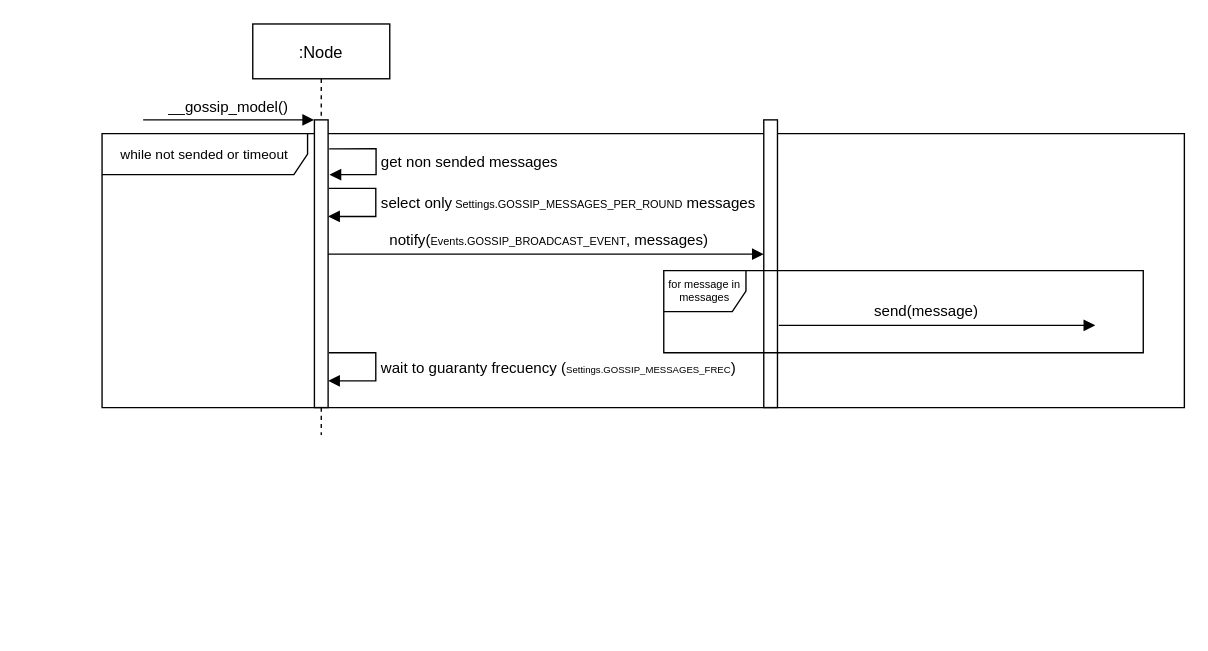
Earlier version of the draw.io diagram Diagramas/gossip sequence 2.drawio (p2pfl/p2pfl). Source tidied: cells renumbered, new cells numbered last; positions are measured from the earlier drawing's top-left corner, leaving out a move shared by most shapes. Both pictures are drawn from the tidied source at 137%, with x=0, y=0 at pixel (101, 23).
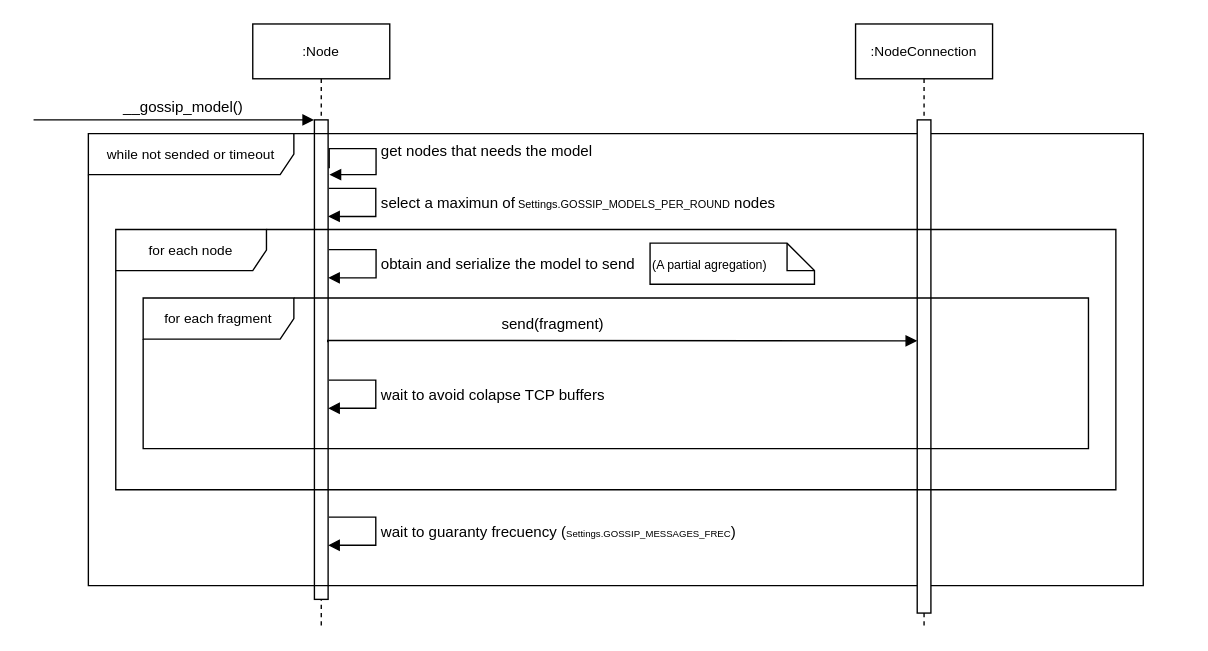
The same diagram, later.

What changed in the source:
```diff
@@
-    <mxCell id="2" value=":Node" style="shape=umlLifeline;perimeter=lifelinePerimeter;rounded=0;shadow=0;strokeWidth=1;" parent="1" vertex="1">
-      <mxGeometry x="110" width="100" height="300" as="geometry" />
+    <mxCell id="2" value=":Node" style="shape=umlLifeline;perimeter=lifelinePerimeter;rounded=0;shadow=0;strokeWidth=1;fontSize=10;" parent="1" vertex="1">
+      <mxGeometry x="110" width="100" height="440" as="geometry" />
     </mxCell>
-    <mxCell id="3" value="&lt;font style=&quot;font-size: 10px;&quot;&gt;while not sended or timeout&lt;/font&gt;" style="shape=umlFrame;whiteSpace=wrap;html=1;width=150;height=30;" parent="2" vertex="1">
-      <mxGeometry x="-110" y="80" width="790" height="200" as="geometry" />
-    </mxCell>
     <mxCell id="4" style="points=[];perimeter=orthogonalPerimeter;rounded=0;shadow=0;strokeWidth=1;" parent="2" vertex="1">
-      <mxGeometry x="45" y="70" width="10" height="210" as="geometry" />
+      <mxGeometry x="45" y="70" width="10" height="350" as="geometry" />
     </mxCell>
-    <mxCell id="5" value="get non sended messages" style="edgeStyle=orthogonalEdgeStyle;html=1;align=left;spacingLeft=2;endArrow=block;rounded=0;exitX=1.08;exitY=0.101;exitDx=0;exitDy=0;exitPerimeter=0;" parent="2" edge="1" source="4">
+    <mxCell id="5" value="get nodes that needs the model" style="edgeStyle=orthogonalEdgeStyle;html=1;align=left;spacingLeft=2;endArrow=block;rounded=0;exitX=1.08;exitY=0.101;exitDx=0;exitDy=0;exitPerimeter=0;" parent="2" edge="1" source="4">
       <mxGeometry x="0.01" relative="1" as="geometry">
         <mxPoint x="56" y="110" as="targetPoint" />
         <Array as="points">
           <mxPoint x="60" y="91" />
           <mxPoint x="90" y="91" />
           <mxPoint x="90" y="110" />
           <mxPoint x="55" y="110" />
         </Array>
       </mxGeometry>
     </mxCell>
+    <mxCell id="3" value="&lt;font style=&quot;font-size: 10px;&quot;&gt;while not sended or timeout&lt;/font&gt;" style="shape=umlFrame;whiteSpace=wrap;html=1;width=150;height=30;" parent="2" vertex="1">
+      <mxGeometry x="-120" y="80" width="770" height="330" as="geometry" />
+    </mxCell>
-    <mxCell id="6" value="select only&lt;font style=&quot;font-size: 8px;&quot;&gt;&amp;nbsp;&lt;font style=&quot;font-size: 8px;&quot;&gt;Settings.GOSSIP_MESSAGES_PER_ROUND&lt;/font&gt;&lt;/font&gt; messages" style="edgeStyle=orthogonalEdgeStyle;html=1;align=left;spacingLeft=2;endArrow=block;rounded=0;exitX=1.08;exitY=0.101;exitDx=0;exitDy=0;exitPerimeter=0;entryX=1.017;entryY=0.209;entryDx=0;entryDy=0;entryPerimeter=0;" parent="2" edge="1">
+    <mxCell id="6" value="select a maximun of&lt;font style=&quot;font-size: 8px;&quot;&gt;&amp;nbsp;&lt;font style=&quot;font-size: 8px;&quot;&gt;Settings.GOSSIP_MODELS_PER_ROUND&lt;/font&gt;&lt;/font&gt; nodes" style="edgeStyle=orthogonalEdgeStyle;html=1;align=left;spacingLeft=2;endArrow=block;rounded=0;exitX=1.08;exitY=0.101;exitDx=0;exitDy=0;exitPerimeter=0;entryX=1.017;entryY=0.209;entryDx=0;entryDy=0;entryPerimeter=0;" parent="2" edge="1">
       <mxGeometry x="0.01" relative="1" as="geometry">
         <mxPoint x="55.6" y="120" as="sourcePoint" />
         <mxPoint x="55" y="140.5" as="targetPoint" />
         <Array as="points">
           <mxPoint x="89.8" y="119.8" />
           <mxPoint x="89.8" y="140.8" />
         </Array>
       </mxGeometry>
     </mxCell>
-    <mxCell id="7" style="endArrow=block;html=1;rounded=0;endFill=1;" parent="2" edge="1" target="9">
-      <mxGeometry relative="1" as="geometry">
-        <mxPoint x="55" y="168" as="sourcePoint" />
-      </mxGeometry>
-    </mxCell>
-    <mxCell id="8" value="notify(&lt;font style=&quot;font-size: 8px;&quot;&gt;Events.GOSSIP_BROADCAST_EVENT&lt;/font&gt;, messages)" style="edgeLabel;html=1;align=center;verticalAlign=middle;" parent="7" vertex="1">
-      <mxGeometry x="0.18" y="-1" relative="1" as="geometry">
-        <mxPoint x="-28" y="-12" as="offset" />
-      </mxGeometry>
-    </mxCell>
-    <mxCell id="9" style="points=[];perimeter=orthogonalPerimeter;rounded=0;shadow=0;strokeWidth=1;" parent="2" vertex="1">
-      <mxGeometry x="373" y="70" width="10" height="210" as="geometry" />
-    </mxCell>
-    <mxCell id="10" value="send(message)" style="edgeStyle=orthogonalEdgeStyle;html=1;align=left;spacingLeft=2;endArrow=block;rounded=0;" parent="2" edge="1">
-      <mxGeometry x="-0.43" y="10" relative="1" as="geometry">
-        <mxPoint x="384" y="220" as="sourcePoint" />
-        <mxPoint x="615" y="220" as="targetPoint" />
-        <Array as="points">
-          <mxPoint x="384" y="220" />
-        </Array>
-      </mxGeometry>
-    </mxCell>
     <mxCell id="11" value="wait to guaranty frecuency (&lt;font style=&quot;font-size: 7px;&quot;&gt;Settings.GOSSIP_MESSAGES_FREC&lt;/font&gt;)" style="edgeStyle=orthogonalEdgeStyle;html=1;align=left;spacingLeft=2;endArrow=block;rounded=0;exitX=1.08;exitY=0.101;exitDx=0;exitDy=0;exitPerimeter=0;entryX=1.017;entryY=0.209;entryDx=0;entryDy=0;entryPerimeter=0;" parent="2" edge="1">
       <mxGeometry x="0.01" relative="1" as="geometry">
-        <mxPoint x="55.6" y="240" as="sourcePoint" />
-        <mxPoint x="55" y="260.5" as="targetPoint" />
+        <mxPoint x="55.6" y="360" as="sourcePoint" />
+        <mxPoint x="55" y="380.5" as="targetPoint" />
         <Array as="points">
-          <mxPoint x="89.8" y="239.8" />
-          <mxPoint x="89.8" y="260.8" />
+          <mxPoint x="89.8" y="359.8" />
+          <mxPoint x="89.8" y="380.8" />
         </Array>
       </mxGeometry>
     </mxCell>
-    <mxCell id="12" value="for message in messages" style="shape=umlFrame;whiteSpace=wrap;html=1;fontSize=8;" parent="2" vertex="1">
-      <mxGeometry x="300" y="180" width="350" height="60" as="geometry" />
-    </mxCell>
+    <mxCell id="15" value="obtain and serialize the model to send&amp;nbsp;" style="edgeStyle=orthogonalEdgeStyle;html=1;align=left;spacingLeft=2;endArrow=block;rounded=0;exitX=1.08;exitY=0.101;exitDx=0;exitDy=0;exitPerimeter=0;entryX=1.017;entryY=0.209;entryDx=0;entryDy=0;entryPerimeter=0;" parent="2" edge="1">
+      <mxGeometry x="0.01" relative="1" as="geometry">
+        <mxPoint x="55.6" y="164.7" as="sourcePoint" />
+        <mxPoint x="55" y="185.3" as="targetPoint" />
+        <Array as="points">
+          <mxPoint x="90" y="165" />
+          <mxPoint x="90" y="185" />
+        </Array>
+      </mxGeometry>
+    </mxCell>
+    <mxCell id="16" value="&lt;font style=&quot;font-size: 9px;&quot;&gt;(A partial agregation)&lt;/font&gt;" style="shape=note;size=20;whiteSpace=wrap;html=1;align=left;" parent="2" vertex="1">
+      <mxGeometry x="290" y="160" width="120" height="30" as="geometry" />
+    </mxCell>
+    <mxCell id="17" value="wait to avoid colapse TCP buffers" style="edgeStyle=orthogonalEdgeStyle;html=1;align=left;spacingLeft=2;endArrow=block;rounded=0;exitX=1.08;exitY=0.101;exitDx=0;exitDy=0;exitPerimeter=0;entryX=1.017;entryY=0.209;entryDx=0;entryDy=0;entryPerimeter=0;" parent="2" edge="1">
+      <mxGeometry x="0.01" relative="1" as="geometry">
+        <mxPoint x="55.6" y="260" as="sourcePoint" />
+        <mxPoint x="55" y="280.5" as="targetPoint" />
+        <Array as="points">
+          <mxPoint x="89.8" y="259.8" />
+          <mxPoint x="89.8" y="280.8" />
+        </Array>
+      </mxGeometry>
+    </mxCell>
     <mxCell id="13" style="endArrow=block;html=1;rounded=0;endFill=1;entryX=-0.02;entryY=0;entryDx=0;entryDy=0;entryPerimeter=0;" parent="1" edge="1" target="4">
       <mxGeometry relative="1" as="geometry">
-        <mxPoint x="30" y="70" as="sourcePoint" />
+        <mxPoint x="-50" y="70" as="sourcePoint" />
       </mxGeometry>
     </mxCell>
@@
+    <mxCell id="18" value="&lt;font style=&quot;font-size: 10px;&quot;&gt;:NodeConnection&lt;/font&gt;" style="shape=umlLifeline;perimeter=lifelinePerimeter;whiteSpace=wrap;html=1;fontSize=9;" parent="1" vertex="1">
+      <mxGeometry x="550" width="100" height="440" as="geometry" />
+    </mxCell>
+    <mxCell id="19" style="html=1;points=[];perimeter=orthogonalPerimeter;fontSize=10;" parent="18" vertex="1">
+      <mxGeometry x="45" y="70" width="10" height="360" as="geometry" />
+    </mxCell>
+    <mxCell id="20" value="send(fragment)" style="edgeStyle=orthogonalEdgeStyle;html=1;align=left;spacingLeft=2;endArrow=block;rounded=0;exitX=0.971;exitY=0.464;exitDx=0;exitDy=0;exitPerimeter=0;entryX=0.002;entryY=0.448;entryDx=0;entryDy=0;entryPerimeter=0;" parent="1" edge="1" source="4" target="19">
+      <mxGeometry x="-0.42" y="12" relative="1" as="geometry">
+        <Array as="points">
+          <mxPoint x="165" y="231" />
+          <mxPoint x="210" y="231" />
+        </Array>
+      </mxGeometry>
+    </mxCell>
+    <mxCell id="21" value="&lt;font style=&quot;font-size: 10px;&quot;&gt;for each fragment&lt;/font&gt;" style="shape=umlFrame;whiteSpace=wrap;html=1;width=110;height=30;" parent="1" vertex="1">
+      <mxGeometry x="30" y="200" width="690" height="110" as="geometry" />
+    </mxCell>
+    <mxCell id="22" value="&lt;font style=&quot;font-size: 10px;&quot;&gt;for each node&lt;/font&gt;" style="shape=umlFrame;whiteSpace=wrap;html=1;width=110;height=30;" parent="1" vertex="1">
+      <mxGeometry x="10" y="150" width="730" height="190" as="geometry" />
+    </mxCell>
```
